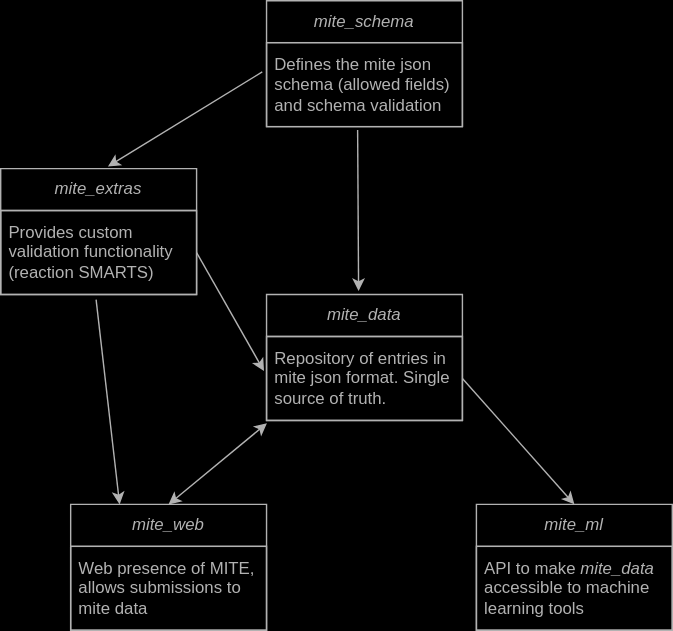
mite-standard/.github keeps this draw.io diagram as profile/mite_standard_repo_dependency_graph.drawio.svg. Above is the earlier version. Source tidied: cells renumbered, new cells last; positions are measured from the earlier drawing's top-left corner, leaving out a move shared by most shapes.
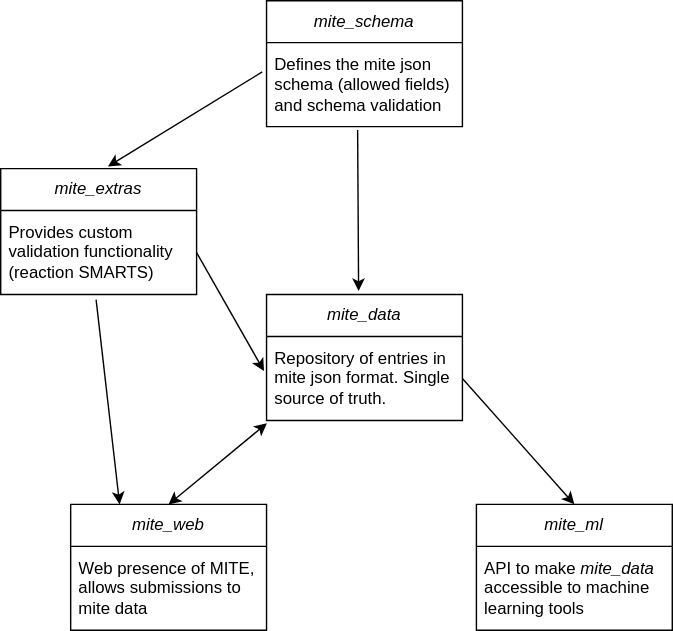
After the change.

The edit, as a diff of the source:
```diff
@@ -2,52 +2,52 @@
   <root>
     <mxCell id="0" />
     <mxCell id="1" parent="0" />
-    <mxCell id="2" value="&lt;i&gt;mite_schema&lt;/i&gt;" style="swimlane;fontStyle=0;horizontal=1;startSize=30;whiteSpace=wrap;html=1;fillColor=none;strokeColor=#4D4D4D;fontColor=#4D4D4D;" parent="1" vertex="1">
+    <mxCell id="2" value="&lt;i&gt;mite_schema&lt;/i&gt;" style="swimlane;fontStyle=0;horizontal=1;startSize=30;whiteSpace=wrap;html=1;fillColor=none;labelBackgroundColor=none;" parent="1" vertex="1">
       <mxGeometry x="190" width="140" height="90" as="geometry" />
     </mxCell>
-    <mxCell id="3" value="&lt;div&gt;Defines the mite json schema (allowed fields) and schema validation&lt;br&gt;&lt;/div&gt;" style="text;fillColor=none;align=left;verticalAlign=middle;spacingLeft=4;spacingRight=4;overflow=hidden;points=[[0,0.5],[1,0.5]];portConstraint=eastwest;whiteSpace=wrap;html=1;strokeColor=#4D4D4D;fontColor=#4D4D4D;" parent="2" vertex="1">
+    <mxCell id="3" value="&lt;div&gt;Defines the mite json schema (allowed fields) and schema validation&lt;br&gt;&lt;/div&gt;" style="text;fillColor=none;align=left;verticalAlign=middle;spacingLeft=4;spacingRight=4;overflow=hidden;points=[[0,0.5],[1,0.5]];portConstraint=eastwest;whiteSpace=wrap;html=1;labelBackgroundColor=none;" parent="2" vertex="1">
       <mxGeometry y="30" width="140" height="60" as="geometry" />
     </mxCell>
-    <mxCell id="4" value="&lt;i&gt;mite_data&lt;/i&gt;" style="swimlane;fontStyle=0;horizontal=1;startSize=30;whiteSpace=wrap;html=1;fillColor=none;strokeColor=#4D4D4D;fontColor=#4D4D4D;" parent="1" vertex="1">
+    <mxCell id="4" value="&lt;i&gt;mite_data&lt;/i&gt;" style="swimlane;fontStyle=0;horizontal=1;startSize=30;whiteSpace=wrap;html=1;fillColor=none;labelBackgroundColor=none;" parent="1" vertex="1">
       <mxGeometry x="190" y="210" width="140" height="90" as="geometry" />
     </mxCell>
-    <mxCell id="5" value="&lt;div&gt;Repository of entries in mite json format. Single source of truth.&lt;br&gt;&lt;/div&gt;" style="text;fillColor=none;align=left;verticalAlign=middle;spacingLeft=4;spacingRight=4;overflow=hidden;points=[[0,0.5],[1,0.5]];portConstraint=eastwest;whiteSpace=wrap;html=1;strokeColor=#4D4D4D;fontColor=#4D4D4D;" parent="4" vertex="1">
+    <mxCell id="5" value="&lt;div&gt;Repository of entries in mite json format. Single source of truth.&lt;br&gt;&lt;/div&gt;" style="text;fillColor=none;align=left;verticalAlign=middle;spacingLeft=4;spacingRight=4;overflow=hidden;points=[[0,0.5],[1,0.5]];portConstraint=eastwest;whiteSpace=wrap;html=1;labelBackgroundColor=none;" parent="4" vertex="1">
       <mxGeometry y="30" width="140" height="60" as="geometry" />
     </mxCell>
-    <mxCell id="6" value="&lt;i&gt;mite_extras&lt;/i&gt;" style="swimlane;fontStyle=0;horizontal=1;startSize=30;whiteSpace=wrap;html=1;fillColor=none;strokeColor=#4D4D4D;fontColor=#4D4D4D;" parent="1" vertex="1">
+    <mxCell id="6" value="&lt;i&gt;mite_extras&lt;/i&gt;" style="swimlane;fontStyle=0;horizontal=1;startSize=30;whiteSpace=wrap;html=1;fillColor=none;labelBackgroundColor=none;" parent="1" vertex="1">
       <mxGeometry y="120" width="140" height="90" as="geometry" />
     </mxCell>
-    <mxCell id="7" value="Provides custom validation functionality (reaction SMARTS)" style="text;fillColor=none;align=left;verticalAlign=middle;spacingLeft=4;spacingRight=4;overflow=hidden;points=[[0,0.5],[1,0.5]];portConstraint=eastwest;whiteSpace=wrap;html=1;strokeColor=#4D4D4D;fontColor=#4D4D4D;" parent="6" vertex="1">
+    <mxCell id="7" value="Provides custom validation functionality (reaction SMARTS)" style="text;fillColor=none;align=left;verticalAlign=middle;spacingLeft=4;spacingRight=4;overflow=hidden;points=[[0,0.5],[1,0.5]];portConstraint=eastwest;whiteSpace=wrap;html=1;labelBackgroundColor=none;" parent="6" vertex="1">
       <mxGeometry y="30" width="140" height="60" as="geometry" />
     </mxCell>
-    <mxCell id="8" value="&lt;i&gt;mite_web&lt;/i&gt;" style="swimlane;fontStyle=0;horizontal=1;startSize=30;whiteSpace=wrap;html=1;fillColor=none;strokeColor=#4D4D4D;fontColor=#4D4D4D;" parent="1" vertex="1">
+    <mxCell id="8" value="&lt;i&gt;mite_web&lt;/i&gt;" style="swimlane;fontStyle=0;horizontal=1;startSize=30;whiteSpace=wrap;html=1;fillColor=none;labelBackgroundColor=none;" parent="1" vertex="1">
       <mxGeometry x="50" y="360" width="140" height="90" as="geometry" />
     </mxCell>
-    <mxCell id="9" value="Web presence of MITE, allows submissions to mite data" style="text;fillColor=none;align=left;verticalAlign=middle;spacingLeft=4;spacingRight=4;overflow=hidden;whiteSpace=wrap;html=1;strokeColor=#4D4D4D;fontColor=#4D4D4D;" parent="8" vertex="1">
+    <mxCell id="9" value="Web presence of MITE, allows submissions to mite data" style="text;fillColor=none;align=left;verticalAlign=middle;spacingLeft=4;spacingRight=4;overflow=hidden;whiteSpace=wrap;html=1;labelBackgroundColor=none;" parent="8" vertex="1">
       <mxGeometry y="30" width="140" height="60" as="geometry" />
     </mxCell>
-    <mxCell id="10" value="&lt;i&gt;mite_ml&lt;/i&gt;" style="swimlane;fontStyle=0;horizontal=1;startSize=30;whiteSpace=wrap;html=1;fillColor=none;strokeColor=#4D4D4D;fontColor=#4D4D4D;" parent="1" vertex="1">
+    <mxCell id="10" value="&lt;i&gt;mite_ml&lt;/i&gt;" style="swimlane;fontStyle=0;horizontal=1;startSize=30;whiteSpace=wrap;html=1;fillColor=none;labelBackgroundColor=none;" parent="1" vertex="1">
       <mxGeometry x="340" y="360" width="140" height="90" as="geometry" />
     </mxCell>
-    <mxCell id="11" value="API to make &lt;i&gt;mite_data&lt;/i&gt; accessible to machine learning tools" style="text;fillColor=none;align=left;verticalAlign=middle;spacingLeft=4;spacingRight=4;overflow=hidden;whiteSpace=wrap;html=1;strokeColor=#4D4D4D;fontColor=#4D4D4D;" parent="10" vertex="1">
+    <mxCell id="11" value="API to make &lt;i&gt;mite_data&lt;/i&gt; accessible to machine learning tools" style="text;fillColor=none;align=left;verticalAlign=middle;spacingLeft=4;spacingRight=4;overflow=hidden;whiteSpace=wrap;html=1;labelBackgroundColor=none;" parent="10" vertex="1">
       <mxGeometry y="30" width="140" height="60" as="geometry" />
     </mxCell>
-    <mxCell id="12" style="endArrow=classic;html=1;rounded=0;exitX=0.465;exitY=1.039;exitDx=0;exitDy=0;exitPerimeter=0;entryX=0.47;entryY=-0.028;entryDx=0;entryDy=0;entryPerimeter=0;fillColor=none;strokeColor=#4D4D4D;fontColor=#4D4D4D;" parent="1" edge="1" source="3" target="4">
+    <mxCell id="12" style="endArrow=classic;html=1;rounded=0;exitX=0.465;exitY=1.039;exitDx=0;exitDy=0;exitPerimeter=0;entryX=0.47;entryY=-0.028;entryDx=0;entryDy=0;entryPerimeter=0;fillColor=none;fontColor=#4D4D4D;labelBackgroundColor=none;" parent="1" edge="1" source="3" target="4">
       <mxGeometry relative="1" as="geometry" />
     </mxCell>
-    <mxCell id="13" style="endArrow=classic;html=1;rounded=0;exitX=-0.022;exitY=0.349;exitDx=0;exitDy=0;exitPerimeter=0;entryX=0.547;entryY=-0.016;entryDx=0;entryDy=0;entryPerimeter=0;fillColor=none;strokeColor=#4D4D4D;fontColor=#4D4D4D;" parent="1" edge="1" source="3" target="6">
+    <mxCell id="13" style="endArrow=classic;html=1;rounded=0;exitX=-0.022;exitY=0.349;exitDx=0;exitDy=0;exitPerimeter=0;entryX=0.547;entryY=-0.016;entryDx=0;entryDy=0;entryPerimeter=0;fillColor=none;fontColor=#4D4D4D;labelBackgroundColor=none;" parent="1" edge="1" source="3" target="6">
       <mxGeometry relative="1" as="geometry" />
     </mxCell>
-    <mxCell id="14" style="endArrow=classic;html=1;rounded=0;exitX=1;exitY=0.5;exitDx=0;exitDy=0;entryX=-0.013;entryY=0.412;entryDx=0;entryDy=0;entryPerimeter=0;fillColor=none;strokeColor=#4D4D4D;fontColor=#4D4D4D;" parent="1" edge="1" source="7" target="5">
+    <mxCell id="14" style="endArrow=classic;html=1;rounded=0;exitX=1;exitY=0.5;exitDx=0;exitDy=0;entryX=-0.013;entryY=0.412;entryDx=0;entryDy=0;entryPerimeter=0;fillColor=none;fontColor=#4D4D4D;labelBackgroundColor=none;" parent="1" edge="1" source="7" target="5">
       <mxGeometry relative="1" as="geometry" />
     </mxCell>
-    <mxCell id="15" style="endArrow=classic;startArrow=classic;html=1;rounded=0;exitX=0.5;exitY=0;exitDx=0;exitDy=0;entryX=0.002;entryY=1.033;entryDx=0;entryDy=0;entryPerimeter=0;fillColor=none;strokeColor=#4D4D4D;fontColor=#4D4D4D;" parent="1" edge="1" source="8" target="5">
+    <mxCell id="15" style="endArrow=classic;startArrow=classic;html=1;rounded=0;exitX=0.5;exitY=0;exitDx=0;exitDy=0;entryX=0.002;entryY=1.033;entryDx=0;entryDy=0;entryPerimeter=0;fillColor=none;fontColor=#4D4D4D;labelBackgroundColor=none;" parent="1" edge="1" source="8" target="5">
       <mxGeometry relative="1" as="geometry" />
     </mxCell>
-    <mxCell id="16" style="endArrow=classic;html=1;rounded=0;exitX=0.487;exitY=1.061;exitDx=0;exitDy=0;exitPerimeter=0;entryX=0.25;entryY=0;entryDx=0;entryDy=0;fillColor=none;strokeColor=#4D4D4D;fontColor=#4D4D4D;" parent="1" edge="1" source="7" target="8">
+    <mxCell id="16" style="endArrow=classic;html=1;rounded=0;exitX=0.487;exitY=1.061;exitDx=0;exitDy=0;exitPerimeter=0;entryX=0.25;entryY=0;entryDx=0;entryDy=0;fillColor=none;fontColor=#4D4D4D;labelBackgroundColor=none;" parent="1" edge="1" source="7" target="8">
       <mxGeometry relative="1" as="geometry" />
     </mxCell>
-    <mxCell id="17" style="endArrow=classic;html=1;rounded=0;exitX=1;exitY=0.5;exitDx=0;exitDy=0;entryX=0.5;entryY=0;entryDx=0;entryDy=0;fillColor=none;strokeColor=#4D4D4D;fontColor=#4D4D4D;" parent="1" edge="1" source="5" target="10">
+    <mxCell id="17" style="endArrow=classic;html=1;rounded=0;exitX=1;exitY=0.5;exitDx=0;exitDy=0;entryX=0.5;entryY=0;entryDx=0;entryDy=0;fillColor=none;fontColor=#4D4D4D;labelBackgroundColor=none;" parent="1" edge="1" source="5" target="10">
       <mxGeometry relative="1" as="geometry" />
     </mxCell>
   </root>
```
